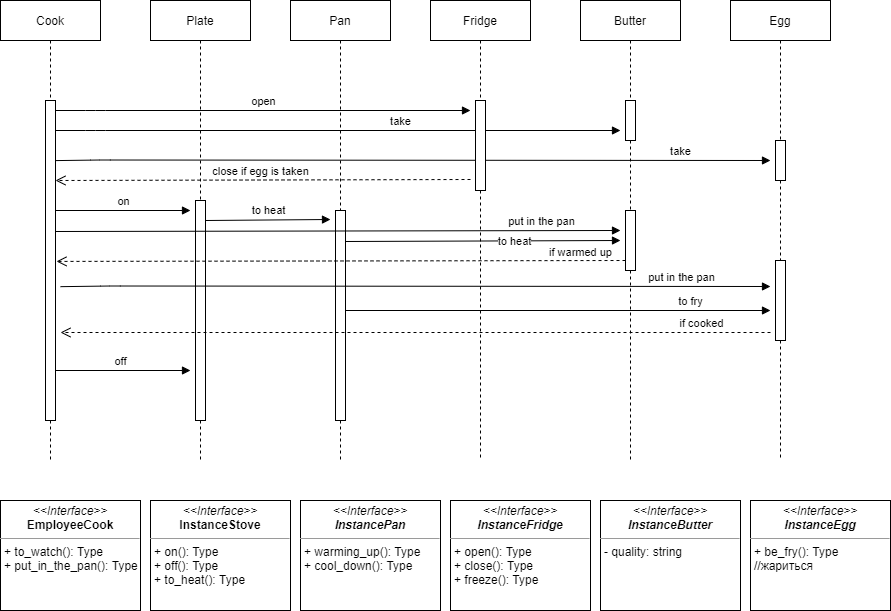
Bogdan0012/UML-works keeps this draw.io diagram as Untitled Diagram.drawio.png. Above is the earlier version. Source tidied: cells renumbered, new cells last; positions are measured from the earlier drawing's top-left corner, leaving out a move shared by most shapes.
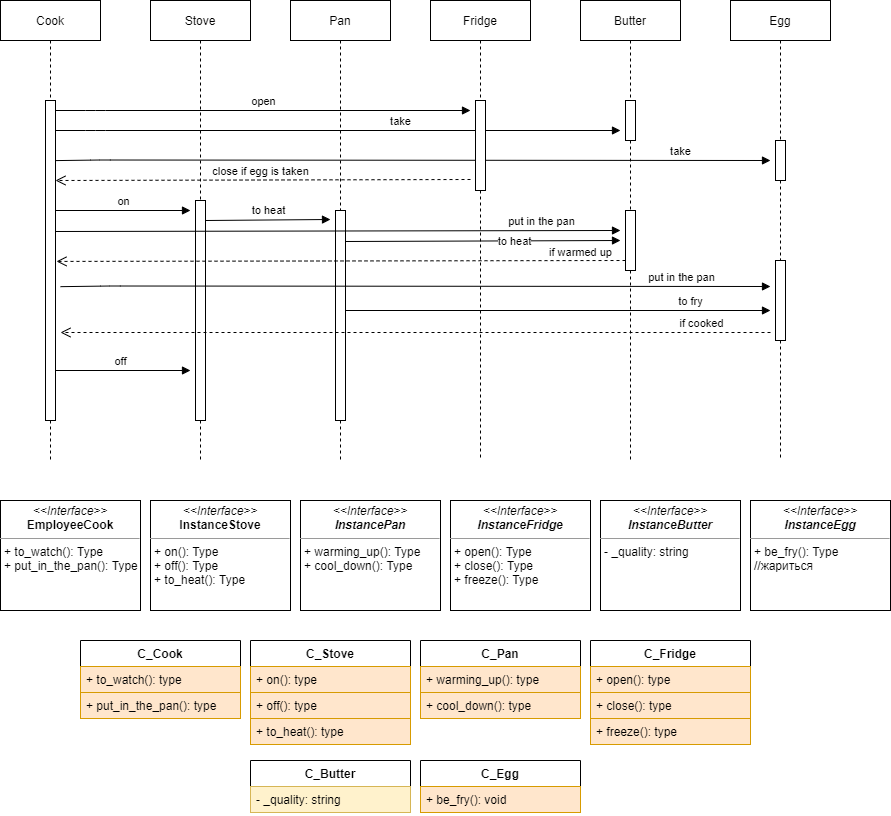
Above is the later version.

Change to the diagram source:
```diff
@@ -5,7 +5,7 @@
     <mxCell id="2" value="Cook" style="shape=umlLifeline;perimeter=lifelinePerimeter;whiteSpace=wrap;html=1;" parent="1" vertex="1">
       <mxGeometry width="100" height="100" as="geometry" />
     </mxCell>
-    <mxCell id="3" value="Plate" style="shape=umlLifeline;perimeter=lifelinePerimeter;whiteSpace=wrap;html=1;" parent="1" vertex="1">
+    <mxCell id="3" value="Stove" style="shape=umlLifeline;perimeter=lifelinePerimeter;whiteSpace=wrap;html=1;" parent="1" vertex="1">
       <mxGeometry x="150" width="100" height="200" as="geometry" />
     </mxCell>
     <mxCell id="4" value="Pan" style="shape=umlLifeline;perimeter=lifelinePerimeter;whiteSpace=wrap;html=1;" parent="1" vertex="1">
@@ -145,11 +145,65 @@
     <mxCell id="32" value="&lt;p style=&quot;margin: 0px ; margin-top: 4px ; text-align: center&quot;&gt;&lt;i&gt;&amp;lt;&amp;lt;Interface&amp;gt;&amp;gt;&lt;/i&gt;&lt;br&gt;&lt;i&gt;&lt;b&gt;InstanceFridge&lt;/b&gt;&lt;/i&gt;&lt;br&gt;&lt;/p&gt;&lt;hr size=&quot;1&quot;&gt;&lt;p style=&quot;margin: 0px ; margin-left: 4px&quot;&gt;+ open(): Type&lt;br&gt;+ close(): Type&lt;/p&gt;&lt;p style=&quot;margin: 0px ; margin-left: 4px&quot;&gt;+ freeze(): Type&lt;/p&gt;" style="verticalAlign=top;align=left;overflow=fill;fontSize=12;fontFamily=Helvetica;html=1;" parent="1" vertex="1">
       <mxGeometry x="450" y="500" width="140" height="110" as="geometry" />
     </mxCell>
-    <mxCell id="33" value="&lt;p style=&quot;margin: 0px ; margin-top: 4px ; text-align: center&quot;&gt;&lt;i&gt;&amp;lt;&amp;lt;Interface&amp;gt;&amp;gt;&lt;/i&gt;&lt;br&gt;&lt;i&gt;&lt;b&gt;InstanceButter&lt;/b&gt;&lt;/i&gt;&lt;br&gt;&lt;/p&gt;&lt;hr size=&quot;1&quot;&gt;&lt;p style=&quot;margin: 0px ; margin-left: 4px&quot;&gt;- quality: string&lt;br&gt;&lt;/p&gt;" style="verticalAlign=top;align=left;overflow=fill;fontSize=12;fontFamily=Helvetica;html=1;" parent="1" vertex="1">
+    <mxCell id="33" value="&lt;p style=&quot;margin: 0px ; margin-top: 4px ; text-align: center&quot;&gt;&lt;i&gt;&amp;lt;&amp;lt;Interface&amp;gt;&amp;gt;&lt;/i&gt;&lt;br&gt;&lt;i&gt;&lt;b&gt;InstanceButter&lt;/b&gt;&lt;/i&gt;&lt;br&gt;&lt;/p&gt;&lt;hr size=&quot;1&quot;&gt;&lt;p style=&quot;margin: 0px ; margin-left: 4px&quot;&gt;- _quality: string&lt;br&gt;&lt;/p&gt;" style="verticalAlign=top;align=left;overflow=fill;fontSize=12;fontFamily=Helvetica;html=1;" parent="1" vertex="1">
       <mxGeometry x="600" y="500" width="140" height="110" as="geometry" />
     </mxCell>
     <mxCell id="34" value="&lt;p style=&quot;margin: 0px ; margin-top: 4px ; text-align: center&quot;&gt;&lt;i&gt;&amp;lt;&amp;lt;Interface&amp;gt;&amp;gt;&lt;/i&gt;&lt;br&gt;&lt;i&gt;&lt;b&gt;InstanceEgg&lt;/b&gt;&lt;/i&gt;&lt;br&gt;&lt;/p&gt;&lt;hr size=&quot;1&quot;&gt;&lt;p style=&quot;margin: 0px ; margin-left: 4px&quot;&gt;+ be_fry(): Type&lt;br&gt;&lt;/p&gt;&lt;p style=&quot;margin: 0px ; margin-left: 4px&quot;&gt;//жариться&lt;/p&gt;" style="verticalAlign=top;align=left;overflow=fill;fontSize=12;fontFamily=Helvetica;html=1;" parent="1" vertex="1">
       <mxGeometry x="750" y="500" width="140" height="110" as="geometry" />
     </mxCell>
+    <mxCell id="35" value="C_Cook" style="swimlane;fontStyle=1;align=center;verticalAlign=top;horizontal=1;startSize=26;" parent="1" vertex="1">
+      <mxGeometry x="80" y="640" width="160" height="78" as="geometry" />
+    </mxCell>
+    <mxCell id="36" value="+ to_watch(): type" style="text;strokeColor=#d79b00;fillColor=#ffe6cc;align=left;verticalAlign=top;spacingLeft=4;spacingRight=4;overflow=hidden;" parent="35" vertex="1">
+      <mxGeometry y="26" width="160" height="26" as="geometry" />
+    </mxCell>
+    <mxCell id="37" value="+ put_in_the_pan(): type" style="text;strokeColor=#d79b00;fillColor=#ffe6cc;align=left;verticalAlign=top;spacingLeft=4;spacingRight=4;overflow=hidden;" parent="35" vertex="1">
+      <mxGeometry y="52" width="160" height="26" as="geometry" />
+    </mxCell>
+    <mxCell id="38" value="C_Stove" style="swimlane;fontStyle=1;align=center;verticalAlign=top;horizontal=1;startSize=26;" parent="1" vertex="1">
+      <mxGeometry x="250" y="640" width="160" height="104" as="geometry" />
+    </mxCell>
+    <mxCell id="39" value="+ on(): type" style="text;strokeColor=#d79b00;fillColor=#ffe6cc;align=left;verticalAlign=top;spacingLeft=4;spacingRight=4;overflow=hidden;" parent="38" vertex="1">
+      <mxGeometry y="26" width="160" height="26" as="geometry" />
+    </mxCell>
+    <mxCell id="40" value="+ off(): type" style="text;strokeColor=#d79b00;fillColor=#ffe6cc;align=left;verticalAlign=top;spacingLeft=4;spacingRight=4;overflow=hidden;" parent="38" vertex="1">
+      <mxGeometry y="52" width="160" height="26" as="geometry" />
+    </mxCell>
+    <mxCell id="41" value="+ to_heat(): type" style="text;strokeColor=#d79b00;fillColor=#ffe6cc;align=left;verticalAlign=top;spacingLeft=4;spacingRight=4;overflow=hidden;" parent="38" vertex="1">
+      <mxGeometry y="78" width="160" height="26" as="geometry" />
+    </mxCell>
+    <mxCell id="42" value="C_Pan" style="swimlane;fontStyle=1;align=center;verticalAlign=top;horizontal=1;startSize=26;" parent="1" vertex="1">
+      <mxGeometry x="420" y="640" width="160" height="78" as="geometry" />
+    </mxCell>
+    <mxCell id="43" value="+ warming_up(): type" style="text;strokeColor=#d79b00;fillColor=#ffe6cc;align=left;verticalAlign=top;spacingLeft=4;spacingRight=4;overflow=hidden;" parent="42" vertex="1">
+      <mxGeometry y="26" width="160" height="26" as="geometry" />
+    </mxCell>
+    <mxCell id="44" value="+ cool_down(): type" style="text;strokeColor=#d79b00;fillColor=#ffe6cc;align=left;verticalAlign=top;spacingLeft=4;spacingRight=4;overflow=hidden;" parent="42" vertex="1">
+      <mxGeometry y="52" width="160" height="26" as="geometry" />
+    </mxCell>
+    <mxCell id="45" value="C_Fridge" style="swimlane;fontStyle=1;align=center;verticalAlign=top;horizontal=1;startSize=26;" parent="1" vertex="1">
+      <mxGeometry x="590" y="640" width="160" height="104" as="geometry" />
+    </mxCell>
+    <mxCell id="46" value="+ open(): type" style="text;strokeColor=#d79b00;fillColor=#ffe6cc;align=left;verticalAlign=top;spacingLeft=4;spacingRight=4;overflow=hidden;" parent="45" vertex="1">
+      <mxGeometry y="26" width="160" height="26" as="geometry" />
+    </mxCell>
+    <mxCell id="47" value="+ close(): type" style="text;strokeColor=#d79b00;fillColor=#ffe6cc;align=left;verticalAlign=top;spacingLeft=4;spacingRight=4;overflow=hidden;" parent="45" vertex="1">
+      <mxGeometry y="52" width="160" height="26" as="geometry" />
+    </mxCell>
+    <mxCell id="48" value="+ freeze(): type" style="text;strokeColor=#d79b00;fillColor=#ffe6cc;align=left;verticalAlign=top;spacingLeft=4;spacingRight=4;overflow=hidden;" parent="45" vertex="1">
+      <mxGeometry y="78" width="160" height="26" as="geometry" />
+    </mxCell>
+    <mxCell id="49" value="C_Butter" style="swimlane;fontStyle=1;align=center;verticalAlign=top;horizontal=1;startSize=26;" parent="1" vertex="1">
+      <mxGeometry x="250" y="760" width="160" height="52" as="geometry" />
+    </mxCell>
+    <mxCell id="50" value="- _quality: string" style="text;strokeColor=#d6b656;fillColor=#fff2cc;align=left;verticalAlign=top;spacingLeft=4;spacingRight=4;overflow=hidden;" parent="49" vertex="1">
+      <mxGeometry y="26" width="160" height="26" as="geometry" />
+    </mxCell>
+    <mxCell id="51" value="C_Egg" style="swimlane;fontStyle=1;align=center;verticalAlign=top;horizontal=1;startSize=26;" parent="1" vertex="1">
+      <mxGeometry x="420" y="760" width="160" height="52" as="geometry" />
+    </mxCell>
+    <mxCell id="52" value="+ be_fry(): void" style="text;strokeColor=#d79b00;fillColor=#ffe6cc;align=left;verticalAlign=top;spacingLeft=4;spacingRight=4;overflow=hidden;" parent="51" vertex="1">
+      <mxGeometry y="26" width="160" height="26" as="geometry" />
+    </mxCell>
   </root>
 </mxGraphModel>
```
